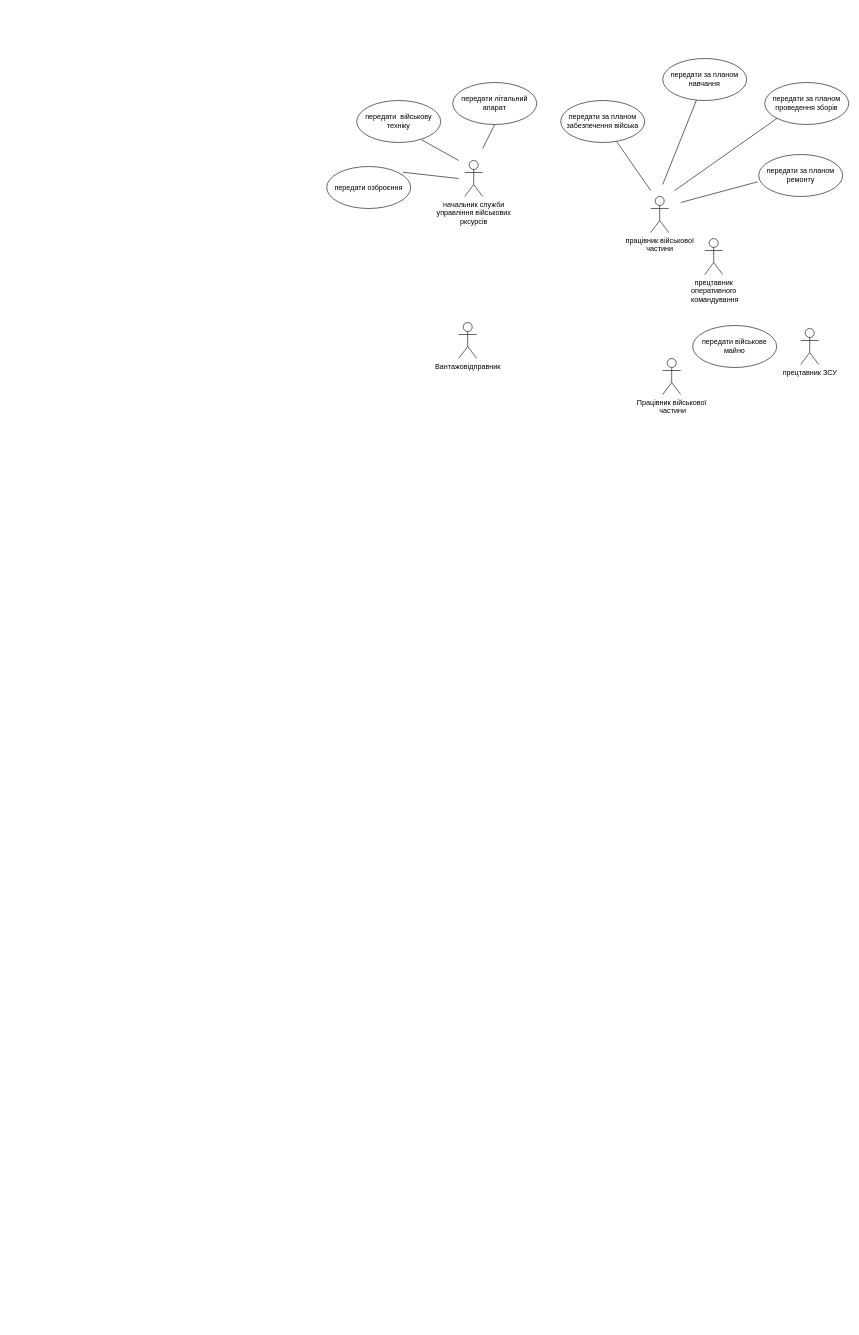
This is drawio/defense_resources.drawio from AnnaBozhenko/UniversityProjects, a draw.io file, before an edit. Source tidied: cells renumbered, new cells numbered last; positions are measured from the earlier drawing's top-left corner, leaving out a move shared by most shapes. Both pictures are drawn from the tidied source at 60%, with x=0, y=0 at pixel (326, 58).
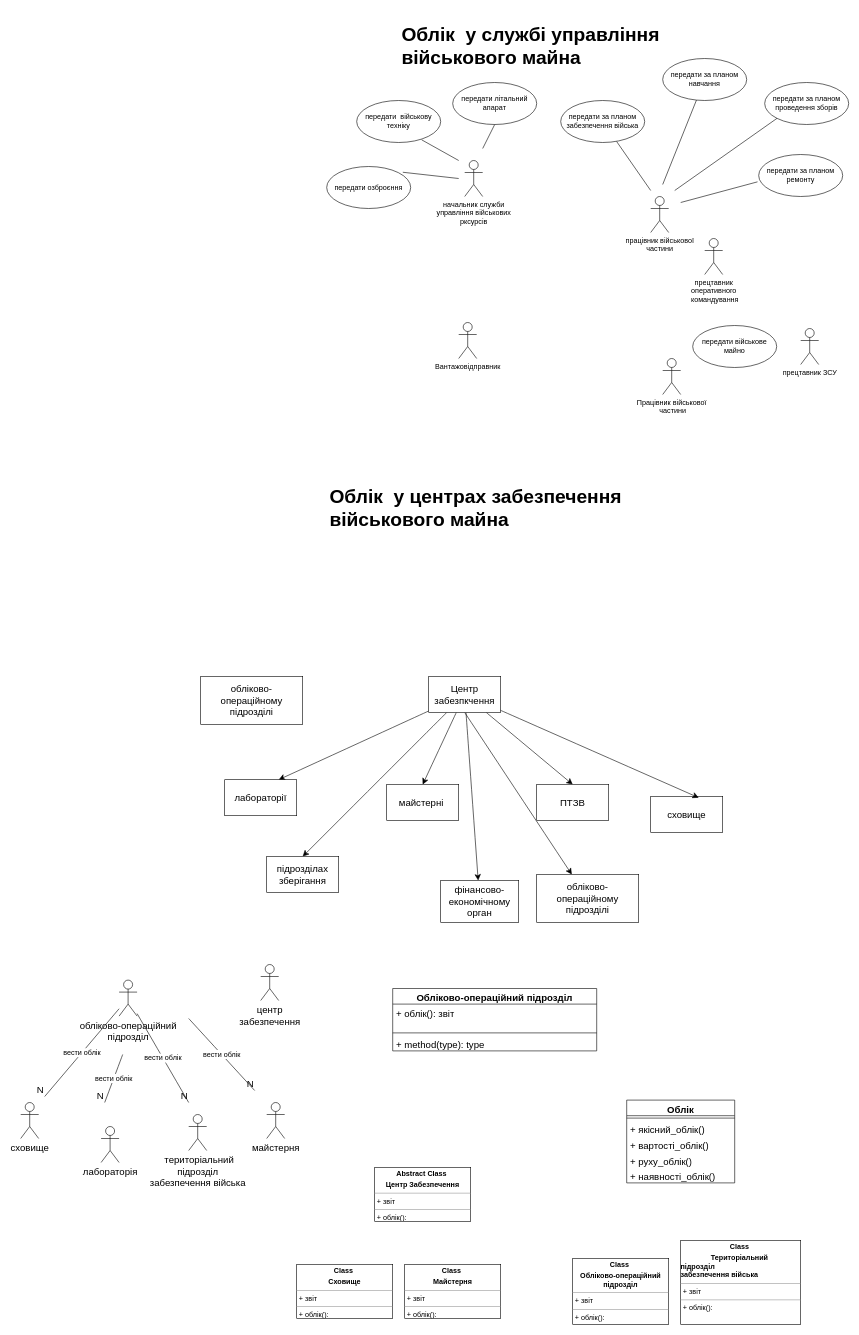
Above is the later version.

Change to the diagram source:
```diff
@@
+    <mxCell id="23" value="&lt;h1&gt;&lt;span style=&quot;background-color: initial;&quot;&gt;Облік&amp;nbsp; у службі управління військового майна&lt;/span&gt;&lt;br&gt;&lt;/h1&gt;" style="text;html=1;strokeColor=none;fillColor=none;spacing=5;spacingTop=-20;whiteSpace=wrap;overflow=hidden;rounded=0;fontSize=16;" parent="1" vertex="1">
+      <mxGeometry x="120" y="-70" width="540" height="120" as="geometry" />
+    </mxCell>
+    <mxCell id="24" value="&lt;h1&gt;&lt;span style=&quot;background-color: initial;&quot;&gt;Облік&amp;nbsp; у центрах забезпечення військового майна&lt;/span&gt;&lt;br&gt;&lt;/h1&gt;" style="text;html=1;strokeColor=none;fillColor=none;spacing=5;spacingTop=-20;whiteSpace=wrap;overflow=hidden;rounded=0;fontSize=16;" parent="1" vertex="1">
+      <mxGeometry y="700" width="540" height="120" as="geometry" />
+    </mxCell>
+    <mxCell id="25" style="edgeStyle=none;curved=1;rounded=0;jettySize=auto;html=1;entryX=0.75;entryY=0;entryDx=0;entryDy=0;fontSize=12;startSize=8;endSize=8;" parent="1" edge="1" source="31" target="33">
+      <mxGeometry relative="1" as="geometry" />
+    </mxCell>
+    <mxCell id="26" style="edgeStyle=none;curved=1;rounded=0;jettySize=auto;html=1;entryX=0.5;entryY=0;entryDx=0;entryDy=0;fontSize=12;startSize=8;endSize=8;" parent="1" edge="1" source="31" target="34">
+      <mxGeometry relative="1" as="geometry" />
+    </mxCell>
+    <mxCell id="27" style="edgeStyle=none;curved=1;rounded=0;jettySize=auto;html=1;entryX=0.5;entryY=0;entryDx=0;entryDy=0;fontSize=12;startSize=8;endSize=8;" parent="1" edge="1" source="31" target="37">
+      <mxGeometry relative="1" as="geometry" />
+    </mxCell>
+    <mxCell id="28" style="edgeStyle=none;curved=1;rounded=0;jettySize=auto;html=1;exitX=0.5;exitY=1;exitDx=0;exitDy=0;fontSize=12;startSize=8;endSize=8;" parent="1" edge="1" source="31" target="36">
+      <mxGeometry relative="1" as="geometry" />
+    </mxCell>
+    <mxCell id="29" style="edgeStyle=none;curved=1;rounded=0;jettySize=auto;html=1;fontSize=12;startSize=8;endSize=8;" parent="1" edge="1" source="31" target="35">
+      <mxGeometry relative="1" as="geometry" />
+    </mxCell>
+    <mxCell id="30" style="edgeStyle=none;curved=1;rounded=0;jettySize=auto;html=1;entryX=0.5;entryY=0;entryDx=0;entryDy=0;fontSize=12;startSize=8;endSize=8;" parent="1" edge="1" source="31" target="38">
+      <mxGeometry relative="1" as="geometry" />
+    </mxCell>
+    <mxCell id="31" value="Центр забезпкчення" style="rounded=0;whiteSpace=wrap;html=1;fontSize=16;" parent="1" vertex="1">
+      <mxGeometry x="170" y="1030" width="120" height="60" as="geometry" />
+    </mxCell>
+    <mxCell id="32" value="сховище" style="rounded=0;whiteSpace=wrap;html=1;fontSize=16;" parent="1" vertex="1">
+      <mxGeometry x="540" y="1230" width="120" height="60" as="geometry" />
+    </mxCell>
+    <mxCell id="33" value="лабораторії" style="rounded=0;whiteSpace=wrap;html=1;fontSize=16;" parent="1" vertex="1">
+      <mxGeometry x="-170" y="1202" width="120" height="60" as="geometry" />
+    </mxCell>
+    <mxCell id="34" value="майстерні&amp;nbsp;" style="rounded=0;whiteSpace=wrap;html=1;fontSize=16;" parent="1" vertex="1">
+      <mxGeometry x="100" y="1210" width="120" height="60" as="geometry" />
+    </mxCell>
+    <mxCell id="35" value="фінансово-економічному орган" style="rounded=0;whiteSpace=wrap;html=1;fontSize=16;" parent="1" vertex="1">
+      <mxGeometry x="190" y="1370" width="130" height="70" as="geometry" />
+    </mxCell>
+    <mxCell id="36" value="обліково-операційному підрозділі" style="rounded=0;whiteSpace=wrap;html=1;fontSize=16;" parent="1" vertex="1">
+      <mxGeometry x="350" y="1360" width="170" height="80" as="geometry" />
+    </mxCell>
+    <mxCell id="37" value="ПТЗВ" style="rounded=0;whiteSpace=wrap;html=1;fontSize=16;" parent="1" vertex="1">
+      <mxGeometry x="350" y="1210" width="120" height="60" as="geometry" />
+    </mxCell>
+    <mxCell id="38" value="підрозділах зберігання" style="rounded=0;whiteSpace=wrap;html=1;fontSize=16;" parent="1" vertex="1">
+      <mxGeometry x="-100" y="1330" width="120" height="60" as="geometry" />
+    </mxCell>
+    <mxCell id="39" style="edgeStyle=none;curved=1;rounded=0;jettySize=auto;html=1;entryX=0.667;entryY=0.033;entryDx=0;entryDy=0;entryPerimeter=0;fontSize=12;startSize=8;endSize=8;" parent="1" edge="1" source="31" target="32">
+      <mxGeometry relative="1" as="geometry" />
+    </mxCell>
+    <mxCell id="40" value="обліково-операційному підрозділі" style="rounded=0;whiteSpace=wrap;html=1;fontSize=16;" parent="1" vertex="1">
+      <mxGeometry x="-210" y="1030" width="170" height="80" as="geometry" />
+    </mxCell>
+    <mxCell id="41" value="обліково-операційний&lt;br&gt;підрозділ" style="shape=umlActor;verticalLabelPosition=bottom;verticalAlign=top;html=1;fontSize=16;" parent="1" vertex="1">
+      <mxGeometry x="-346" y="1536" width="30" height="60" as="geometry" />
+    </mxCell>
+    <mxCell id="42" value="центр &lt;br&gt;забезпечення" style="shape=umlActor;verticalLabelPosition=bottom;verticalAlign=top;html=1;fontSize=16;" parent="1" vertex="1">
+      <mxGeometry x="-110" y="1510" width="30" height="60" as="geometry" />
+    </mxCell>
+    <mxCell id="43" value="лабораторія" style="shape=umlActor;verticalLabelPosition=bottom;verticalAlign=top;html=1;fontSize=16;" parent="1" vertex="1">
+      <mxGeometry x="-376" y="1780" width="30" height="60" as="geometry" />
+    </mxCell>
+    <mxCell id="44" value="майстерня&lt;br&gt;" style="shape=umlActor;verticalLabelPosition=bottom;verticalAlign=top;html=1;fontSize=16;" parent="1" vertex="1">
+      <mxGeometry x="-100" y="1740" width="30" height="60" as="geometry" />
+    </mxCell>
+    <mxCell id="45" value="сховище&lt;br&gt;" style="shape=umlActor;verticalLabelPosition=bottom;verticalAlign=top;html=1;fontSize=16;" parent="1" vertex="1">
+      <mxGeometry x="-510" y="1740" width="30" height="60" as="geometry" />
+    </mxCell>
+    <mxCell id="46" value="&amp;nbsp;територіальний&lt;br&gt;підрозділ &lt;br&gt;забезпечення війська" style="shape=umlActor;verticalLabelPosition=bottom;verticalAlign=top;html=1;fontSize=16;" parent="1" vertex="1">
+      <mxGeometry x="-230" y="1760" width="30" height="60" as="geometry" />
+    </mxCell>
+    <mxCell id="47" value="вести облік" style="endArrow=none;html=1;rounded=0;fontSize=12;startSize=8;endSize=8;curved=1;" parent="1" edge="1">
+      <mxGeometry relative="1" as="geometry">
+        <mxPoint x="-340" y="1660" as="sourcePoint" />
+        <mxPoint x="-370" y="1740" as="targetPoint" />
+      </mxGeometry>
+    </mxCell>
+    <mxCell id="48" value="N" style="html=1;whiteSpace=wrap;align=right;verticalAlign=bottom;fontSize=16;" parent="47" vertex="1">
+      <mxGeometry x="1" relative="1" as="geometry" />
+    </mxCell>
+    <mxCell id="49" value="вести облік" style="endArrow=none;html=1;rounded=0;fontSize=12;startSize=8;endSize=8;curved=1;" parent="1" edge="1" source="41">
+      <mxGeometry relative="1" as="geometry">
+        <mxPoint x="-230" y="1740" as="targetPoint" />
+      </mxGeometry>
+    </mxCell>
+    <mxCell id="50" value="N" style="html=1;whiteSpace=wrap;align=right;verticalAlign=bottom;fontSize=16;" parent="49" vertex="1">
+      <mxGeometry x="1" relative="1" as="geometry" />
+    </mxCell>
+    <mxCell id="51" value="вести облік" style="endArrow=none;html=1;rounded=0;fontSize=12;startSize=8;endSize=8;curved=1;" parent="1" edge="1">
+      <mxGeometry relative="1" as="geometry">
+        <mxPoint x="-230" y="1600" as="sourcePoint" />
+        <mxPoint x="-120" y="1720" as="targetPoint" />
+      </mxGeometry>
+    </mxCell>
+    <mxCell id="52" value="N" style="html=1;whiteSpace=wrap;align=right;verticalAlign=bottom;fontSize=16;" parent="51" vertex="1">
+      <mxGeometry x="1" relative="1" as="geometry" />
+    </mxCell>
+    <mxCell id="53" value="вести облік" style="endArrow=none;html=1;rounded=0;fontSize=12;startSize=8;endSize=8;curved=1;" parent="1" edge="1" source="41">
+      <mxGeometry relative="1" as="geometry">
+        <mxPoint x="-470" y="1730" as="targetPoint" />
+      </mxGeometry>
+    </mxCell>
+    <mxCell id="54" value="N" style="html=1;whiteSpace=wrap;align=right;verticalAlign=bottom;fontSize=16;" parent="53" vertex="1">
+      <mxGeometry x="1" relative="1" as="geometry" />
+    </mxCell>
+    <mxCell id="55" value="Обліково-операційний підрозділ" style="swimlane;fontStyle=1;align=center;verticalAlign=top;horizontal=1;startSize=26;whiteSpace=wrap;html=1;fontSize=16;" parent="1" vertex="1">
+      <mxGeometry x="110" y="1550" width="340" height="104" as="geometry" />
+    </mxCell>
+    <mxCell id="56" value="+ облік(): звіт" style="text;strokeColor=none;fillColor=none;align=left;verticalAlign=top;spacingLeft=4;spacingRight=4;overflow=hidden;whiteSpace=wrap;html=1;fontSize=16;" parent="55" vertex="1">
+      <mxGeometry y="26" width="340" height="44" as="geometry" />
+    </mxCell>
+    <mxCell id="57" style="line;strokeWidth=1;fillColor=none;align=left;verticalAlign=middle;spacingTop=-1;spacingLeft=3;spacingRight=3;labelPosition=right;strokeColor=inherit;fontSize=16;" parent="55" vertex="1">
+      <mxGeometry y="70" width="340" height="8" as="geometry" />
+    </mxCell>
+    <mxCell id="58" value="+ method(type): type" style="text;strokeColor=none;fillColor=none;align=left;verticalAlign=top;spacingLeft=4;spacingRight=4;overflow=hidden;whiteSpace=wrap;html=1;fontSize=16;" parent="55" vertex="1">
+      <mxGeometry y="78" width="340" height="26" as="geometry" />
+    </mxCell>
+    <mxCell id="59" value="Облік" style="swimlane;fontStyle=1;align=center;verticalAlign=top;horizontal=1;startSize=26;whiteSpace=wrap;html=1;fontSize=16;" parent="1" vertex="1">
+      <mxGeometry x="500" y="1736" width="180" height="138" as="geometry" />
+    </mxCell>
+    <mxCell id="60" style="line;strokeWidth=1;fillColor=none;align=left;verticalAlign=middle;spacingTop=-1;spacingLeft=3;spacingRight=3;labelPosition=right;strokeColor=inherit;fontSize=16;" parent="59" vertex="1">
+      <mxGeometry y="26" width="180" height="8" as="geometry" />
+    </mxCell>
+    <mxCell id="61" value="+ якісний_облік()" style="text;strokeColor=none;fillColor=none;align=left;verticalAlign=top;spacingLeft=4;spacingRight=4;overflow=hidden;whiteSpace=wrap;html=1;fontSize=16;" parent="59" vertex="1">
+      <mxGeometry y="34" width="180" height="26" as="geometry" />
+    </mxCell>
+    <mxCell id="62" value="+ вартості_облік()&lt;br&gt;" style="text;strokeColor=none;fillColor=none;align=left;verticalAlign=top;spacingLeft=4;spacingRight=4;overflow=hidden;whiteSpace=wrap;html=1;fontSize=16;" parent="59" vertex="1">
+      <mxGeometry y="60" width="180" height="26" as="geometry" />
+    </mxCell>
+    <mxCell id="63" value="+ руху_облік()" style="text;strokeColor=none;fillColor=none;align=left;verticalAlign=top;spacingLeft=4;spacingRight=4;overflow=hidden;whiteSpace=wrap;html=1;fontSize=16;" parent="59" vertex="1">
+      <mxGeometry y="86" width="180" height="26" as="geometry" />
+    </mxCell>
+    <mxCell id="64" value="+ наявності_облік()" style="text;strokeColor=none;fillColor=none;align=left;verticalAlign=top;spacingLeft=4;spacingRight=4;overflow=hidden;whiteSpace=wrap;html=1;fontSize=16;" parent="59" vertex="1">
+      <mxGeometry y="112" width="180" height="26" as="geometry" />
+    </mxCell>
+    <mxCell id="65" value="&lt;p style=&quot;margin:0px;margin-top:4px;text-align:center;&quot;&gt;&lt;b&gt;Abstract Class&amp;nbsp;&lt;/b&gt;&lt;/p&gt;&lt;p style=&quot;margin:0px;margin-top:4px;text-align:center;&quot;&gt;&lt;b&gt;Центр Забезпечення&lt;/b&gt;&lt;/p&gt;&lt;hr size=&quot;1&quot;&gt;&lt;p style=&quot;margin:0px;margin-left:4px;&quot;&gt;+ звіт&lt;/p&gt;&lt;hr size=&quot;1&quot;&gt;&lt;p style=&quot;margin:0px;margin-left:4px;&quot;&gt;+ облік():&amp;nbsp;&lt;/p&gt;" style="verticalAlign=top;align=left;overflow=fill;fontSize=12;fontFamily=Helvetica;html=1;whiteSpace=wrap;" parent="1" vertex="1">
+      <mxGeometry x="80" y="1848" width="160" height="90" as="geometry" />
+    </mxCell>
+    <mxCell id="66" value="&lt;p style=&quot;margin:0px;margin-top:4px;text-align:center;&quot;&gt;&lt;b&gt;Class&amp;nbsp;&lt;/b&gt;&lt;/p&gt;&lt;p style=&quot;margin:0px;margin-top:4px;text-align:center;&quot;&gt;&lt;b&gt;Сховище&lt;/b&gt;&lt;/p&gt;&lt;hr size=&quot;1&quot;&gt;&lt;p style=&quot;margin:0px;margin-left:4px;&quot;&gt;+ звіт&lt;/p&gt;&lt;hr size=&quot;1&quot;&gt;&lt;p style=&quot;margin:0px;margin-left:4px;&quot;&gt;+ облік():&amp;nbsp;&lt;/p&gt;" style="verticalAlign=top;align=left;overflow=fill;fontSize=12;fontFamily=Helvetica;html=1;whiteSpace=wrap;" parent="1" vertex="1">
+      <mxGeometry x="-50" y="2010" width="160" height="90" as="geometry" />
+    </mxCell>
+    <mxCell id="67" value="&lt;p style=&quot;margin:0px;margin-top:4px;text-align:center;&quot;&gt;&lt;b&gt;Class&amp;nbsp;&lt;/b&gt;&lt;/p&gt;&lt;p style=&quot;margin:0px;margin-top:4px;text-align:center;&quot;&gt;&lt;b&gt;Обліково-операційний підрозділ&lt;/b&gt;&lt;/p&gt;&lt;hr size=&quot;1&quot;&gt;&lt;p style=&quot;margin:0px;margin-left:4px;&quot;&gt;+ звіт&lt;/p&gt;&lt;hr size=&quot;1&quot;&gt;&lt;p style=&quot;margin:0px;margin-left:4px;&quot;&gt;+ облік():&amp;nbsp;&lt;/p&gt;" style="verticalAlign=top;align=left;overflow=fill;fontSize=12;fontFamily=Helvetica;html=1;whiteSpace=wrap;" parent="1" vertex="1">
+      <mxGeometry x="410" y="2000" width="160" height="110" as="geometry" />
+    </mxCell>
+    <mxCell id="68" value="&lt;p style=&quot;margin:0px;margin-top:4px;text-align:center;&quot;&gt;&lt;b&gt;Class&amp;nbsp;&lt;/b&gt;&lt;/p&gt;&lt;p style=&quot;margin:0px;margin-top:4px;text-align:center;&quot;&gt;&lt;b&gt;Майстерня&lt;/b&gt;&lt;/p&gt;&lt;hr size=&quot;1&quot;&gt;&lt;p style=&quot;margin:0px;margin-left:4px;&quot;&gt;+ звіт&lt;/p&gt;&lt;hr size=&quot;1&quot;&gt;&lt;p style=&quot;margin:0px;margin-left:4px;&quot;&gt;+ облік():&amp;nbsp;&lt;/p&gt;" style="verticalAlign=top;align=left;overflow=fill;fontSize=12;fontFamily=Helvetica;html=1;whiteSpace=wrap;" parent="1" vertex="1">
+      <mxGeometry x="130" y="2010" width="160" height="90" as="geometry" />
+    </mxCell>
+    <mxCell id="69" value="&lt;p style=&quot;margin:0px;margin-top:4px;text-align:center;&quot;&gt;&lt;b&gt;Class&amp;nbsp;&lt;/b&gt;&lt;/p&gt;&lt;p style=&quot;margin:0px;margin-top:4px;text-align:center;&quot;&gt;&lt;b&gt;Територіальний&amp;nbsp;&lt;/b&gt;&lt;/p&gt;&lt;b style=&quot;border-color: var(--border-color); text-align: center;&quot;&gt;підрозділ&amp;nbsp;&lt;br&gt;&lt;b style=&quot;background-color: initial;&quot;&gt;забезпечення війська&amp;nbsp;&amp;nbsp;&lt;/b&gt;&lt;br&gt;&lt;/b&gt;&lt;hr size=&quot;1&quot;&gt;&lt;p style=&quot;margin:0px;margin-left:4px;&quot;&gt;+ звіт&lt;/p&gt;&lt;hr size=&quot;1&quot;&gt;&lt;p style=&quot;margin:0px;margin-left:4px;&quot;&gt;+ облік():&amp;nbsp;&lt;/p&gt;" style="verticalAlign=top;align=left;overflow=fill;fontSize=12;fontFamily=Helvetica;html=1;whiteSpace=wrap;" parent="1" vertex="1">
+      <mxGeometry x="590" y="1970" width="200" height="140" as="geometry" />
+    </mxCell>
```
